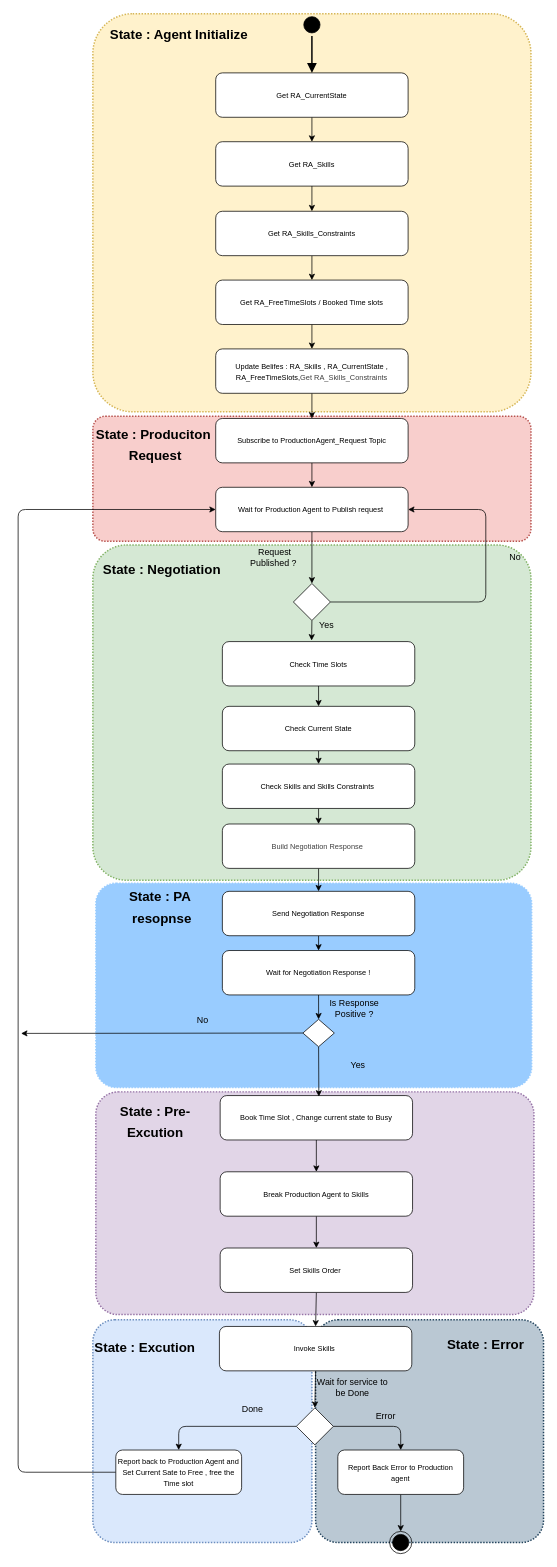
This is Documents/UML/StateMachine/RA_SM.drawio from aialmohamed/Type3AAS, a draw.io file, before an edit. Source tidied: cells renumbered, new cells numbered last; positions are measured from the earlier drawing's top-left corner, leaving out a move shared by most shapes. Both pictures are drawn from the tidied source at 74%, with x=0, y=0 at pixel (18, 13).
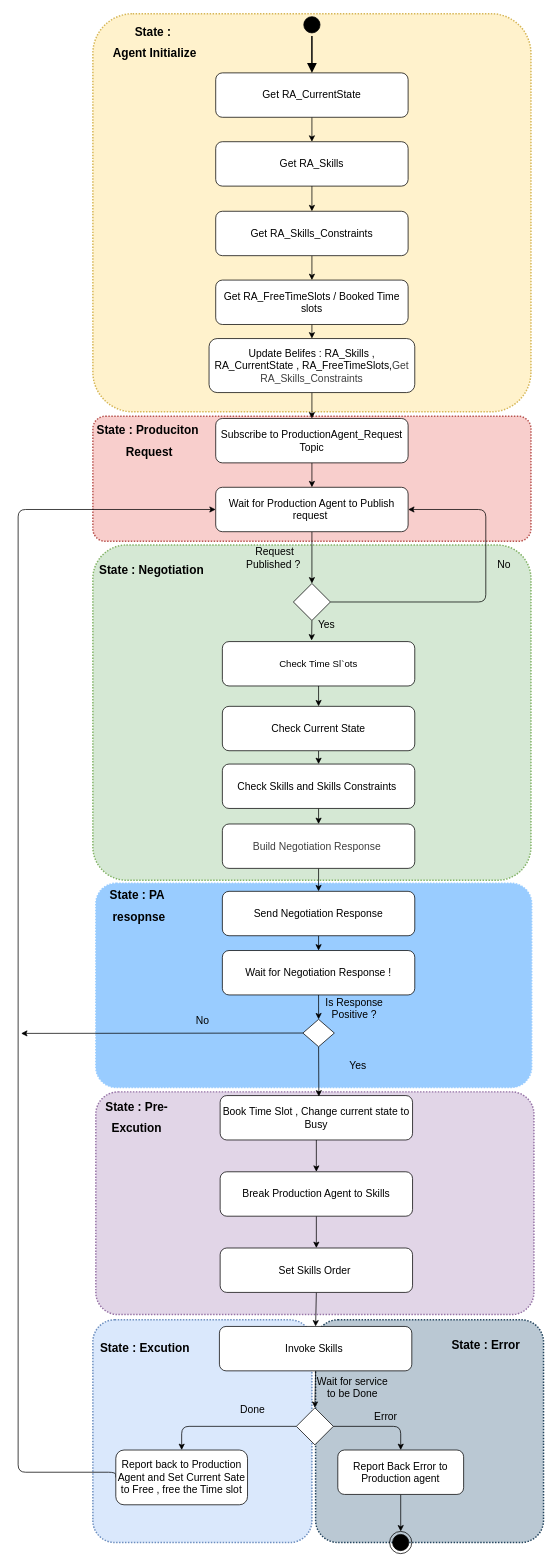
Above is the later version.

Diff of the diagram source:
```diff
@@
-    <mxCell id="12" value="&lt;font size=&quot;1&quot;&gt;Get RA_CurrentState&lt;/font&gt;" style="rounded=1;whiteSpace=wrap;html=1;" parent="1" vertex="1">
+    <mxCell id="12" value="&lt;font style=&quot;font-size: 14px;&quot;&gt;Get RA_CurrentState&lt;/font&gt;" style="rounded=1;whiteSpace=wrap;html=1;" parent="1" vertex="1">
       <mxGeometry x="267" y="80" width="260" height="60" as="geometry" />
     </mxCell>
@@
-    <mxCell id="14" value="&lt;font size=&quot;1&quot;&gt;Get RA_Skills&lt;/font&gt;" style="rounded=1;whiteSpace=wrap;html=1;" parent="1" vertex="1">
+    <mxCell id="14" value="&lt;font style=&quot;font-size: 14px;&quot;&gt;Get RA_Skills&lt;/font&gt;" style="rounded=1;whiteSpace=wrap;html=1;" parent="1" vertex="1">
       <mxGeometry x="267" y="173" width="260" height="60" as="geometry" />
     </mxCell>
@@
-    <mxCell id="16" value="&lt;font size=&quot;1&quot;&gt;Get RA_FreeTimeSlots / Booked Time slots&lt;/font&gt;" style="rounded=1;whiteSpace=wrap;html=1;" parent="1" vertex="1">
+    <mxCell id="16" value="&lt;font style=&quot;font-size: 14px;&quot;&gt;Get RA_FreeTimeSlots / Booked Time slots&lt;/font&gt;" style="rounded=1;whiteSpace=wrap;html=1;" parent="1" vertex="1">
       <mxGeometry x="267" y="360" width="260" height="60" as="geometry" />
     </mxCell>
@@
-    <mxCell id="18" value="&lt;font size=&quot;1&quot;&gt;Update Belifes : RA_Skills , RA_CurrentState , RA_FreeTimeSlots,&lt;/font&gt;&lt;span style=&quot;color: rgb(63, 63, 63); font-size: x-small;&quot;&gt;Get RA_Skills_Constraints&lt;/span&gt;" style="rounded=1;whiteSpace=wrap;html=1;" parent="1" vertex="1">
-      <mxGeometry x="267" y="453" width="260" height="60" as="geometry" />
+    <mxCell id="18" value="&lt;font style=&quot;font-size: 14px;&quot;&gt;Update Belifes : RA_Skills , RA_CurrentState , RA_FreeTimeSlots,&lt;span style=&quot;color: rgb(63, 63, 63);&quot;&gt;Get RA_Skills_Constraints&lt;/span&gt;&lt;/font&gt;" style="rounded=1;whiteSpace=wrap;html=1;" parent="1" vertex="1">
+      <mxGeometry x="258" y="439" width="278" height="73" as="geometry" />
     </mxCell>
@@
-    <mxCell id="20" value="&lt;font size=&quot;1&quot;&gt;Subscribe to ProductionAgent_Request Topic&lt;/font&gt;" style="rounded=1;whiteSpace=wrap;html=1;" parent="1" vertex="1">
+    <mxCell id="20" value="&lt;font style=&quot;font-size: 14px;&quot;&gt;Subscribe to ProductionAgent_Request Topic&lt;/font&gt;" style="rounded=1;whiteSpace=wrap;html=1;" parent="1" vertex="1">
       <mxGeometry x="267" y="547" width="260" height="60" as="geometry" />
     </mxCell>
@@
-    <mxCell id="24" value="Request Published ?&amp;nbsp;" style="text;html=1;align=center;verticalAlign=middle;whiteSpace=wrap;rounded=0;" parent="1" vertex="1">
+    <mxCell id="24" value="&lt;font style=&quot;font-size: 14px;&quot;&gt;Request Published ?&amp;nbsp;&lt;/font&gt;" style="text;html=1;align=center;verticalAlign=middle;whiteSpace=wrap;rounded=0;" parent="1" vertex="1">
       <mxGeometry x="302" y="720" width="90" height="30" as="geometry" />
     </mxCell>
-    <mxCell id="25" value="No" style="text;html=1;align=center;verticalAlign=middle;whiteSpace=wrap;rounded=0;" parent="1" vertex="1">
-      <mxGeometry x="642" y="720" width="60" height="30" as="geometry" />
+    <mxCell id="25" value="&lt;font style=&quot;font-size: 14px;&quot;&gt;No&lt;/font&gt;" style="text;html=1;align=center;verticalAlign=middle;whiteSpace=wrap;rounded=0;" parent="1" vertex="1">
+      <mxGeometry x="627" y="730" width="60" height="30" as="geometry" />
     </mxCell>
@@
-    <mxCell id="27" value="&lt;font size=&quot;1&quot;&gt;Wait for Production Agent to Publish request&amp;nbsp;&lt;/font&gt;" style="rounded=1;whiteSpace=wrap;html=1;" parent="1" vertex="1">
+    <mxCell id="27" value="&lt;font style=&quot;font-size: 14px;&quot;&gt;Wait for Production Agent to Publish request&amp;nbsp;&lt;/font&gt;" style="rounded=1;whiteSpace=wrap;html=1;" parent="1" vertex="1">
       <mxGeometry x="267" y="640" width="260" height="60" as="geometry" />
     </mxCell>
@@
-    <mxCell id="29" value="Yes" style="text;html=1;align=center;verticalAlign=middle;whiteSpace=wrap;rounded=0;" parent="1" vertex="1">
+    <mxCell id="29" value="&lt;font style=&quot;font-size: 14px;&quot;&gt;Yes&lt;/font&gt;" style="text;html=1;align=center;verticalAlign=middle;whiteSpace=wrap;rounded=0;" parent="1" vertex="1">
       <mxGeometry x="387" y="811" width="60" height="30" as="geometry" />
     </mxCell>
@@
-    <mxCell id="32" value="&lt;font size=&quot;1&quot;&gt;Book Time Slot , Change current state to Busy&lt;/font&gt;" style="rounded=1;whiteSpace=wrap;html=1;" parent="1" vertex="1">
+    <mxCell id="32" value="&lt;font style=&quot;font-size: 14px;&quot;&gt;Book Time Slot , Change current state to Busy&lt;/font&gt;" style="rounded=1;whiteSpace=wrap;html=1;" parent="1" vertex="1">
       <mxGeometry x="273" y="1462" width="260" height="60" as="geometry" />
     </mxCell>
@@
-    <mxCell id="35" value="&lt;font size=&quot;1&quot;&gt;Break Production Agent to Skills&lt;/font&gt;" style="rounded=1;whiteSpace=wrap;html=1;" parent="1" vertex="1">
+    <mxCell id="35" value="&lt;font style=&quot;font-size: 14px;&quot;&gt;Break Production Agent to Skills&lt;/font&gt;" style="rounded=1;whiteSpace=wrap;html=1;" parent="1" vertex="1">
       <mxGeometry x="273" y="1565" width="260" height="60" as="geometry" />
     </mxCell>
@@
-    <mxCell id="37" value="&lt;font size=&quot;1&quot;&gt;Get RA_Skills_Constraints&lt;/font&gt;" style="rounded=1;whiteSpace=wrap;html=1;" parent="1" vertex="1">
+    <mxCell id="37" value="&lt;font style=&quot;font-size: 14px;&quot;&gt;Get RA_Skills_Constraints&lt;/font&gt;" style="rounded=1;whiteSpace=wrap;html=1;" parent="1" vertex="1">
       <mxGeometry x="267" y="267" width="260" height="60" as="geometry" />
     </mxCell>
@@
-    <mxCell id="39" value="&lt;font size=&quot;1&quot;&gt;Set Skills Order&amp;nbsp;&lt;/font&gt;" style="rounded=1;whiteSpace=wrap;html=1;" parent="1" vertex="1">
+    <mxCell id="39" value="&lt;font style=&quot;font-size: 14px;&quot;&gt;Set Skills Order&amp;nbsp;&lt;/font&gt;" style="rounded=1;whiteSpace=wrap;html=1;" parent="1" vertex="1">
       <mxGeometry x="273" y="1668" width="260" height="60" as="geometry" />
     </mxCell>
@@
-    <mxCell id="41" value="&lt;font size=&quot;1&quot;&gt;Invoke Skills&amp;nbsp;&lt;/font&gt;" style="rounded=1;whiteSpace=wrap;html=1;" parent="1" vertex="1">
+    <mxCell id="41" value="&lt;font style=&quot;font-size: 14px;&quot;&gt;Invoke Skills&amp;nbsp;&lt;/font&gt;" style="rounded=1;whiteSpace=wrap;html=1;" parent="1" vertex="1">
       <mxGeometry x="272" y="1774" width="260" height="60" as="geometry" />
     </mxCell>
@@
-    <mxCell id="45" value="Wait for service to be Done" style="text;html=1;align=center;verticalAlign=middle;whiteSpace=wrap;rounded=0;" parent="1" vertex="1">
+    <mxCell id="45" value="&lt;font style=&quot;font-size: 14px;&quot;&gt;Wait for service to be Done&lt;/font&gt;" style="text;html=1;align=center;verticalAlign=middle;whiteSpace=wrap;rounded=0;" parent="1" vertex="1">
       <mxGeometry x="402" y="1841" width="100" height="30" as="geometry" />
     </mxCell>
-    <mxCell id="46" value="Done" style="text;html=1;align=center;verticalAlign=middle;whiteSpace=wrap;rounded=0;" parent="1" vertex="1">
+    <mxCell id="46" value="&lt;font style=&quot;font-size: 14px;&quot;&gt;Done&lt;/font&gt;" style="text;html=1;align=center;verticalAlign=middle;whiteSpace=wrap;rounded=0;" parent="1" vertex="1">
       <mxGeometry x="267" y="1871" width="100" height="30" as="geometry" />
     </mxCell>
-    <mxCell id="47" value="&lt;font size=&quot;1&quot;&gt;Report back to Production Agent and Set Current Sate to Free , free the Time slot&lt;/font&gt;" style="rounded=1;whiteSpace=wrap;html=1;" parent="1" vertex="1">
-      <mxGeometry x="132" y="1941" width="170" height="60" as="geometry" />
+    <mxCell id="47" value="&lt;font style=&quot;font-size: 14px;&quot;&gt;Report back to Production Agent and Set Current Sate to Free , free the Time slot&lt;/font&gt;" style="rounded=1;whiteSpace=wrap;html=1;" parent="1" vertex="1">
+      <mxGeometry x="132" y="1941" width="178" height="74" as="geometry" />
     </mxCell>
@@
-    <mxCell id="49" value="&lt;font size=&quot;1&quot;&gt;Report Back Error to Production agent&lt;/font&gt;" style="rounded=1;whiteSpace=wrap;html=1;" parent="1" vertex="1">
+    <mxCell id="49" value="&lt;font style=&quot;font-size: 14px;&quot;&gt;Report Back Error to Production agent&lt;/font&gt;" style="rounded=1;whiteSpace=wrap;html=1;" parent="1" vertex="1">
       <mxGeometry x="432" y="1941" width="170" height="60" as="geometry" />
     </mxCell>
-    <mxCell id="50" value="Error" style="text;html=1;align=center;verticalAlign=middle;whiteSpace=wrap;rounded=0;" parent="1" vertex="1">
+    <mxCell id="50" value="&lt;font style=&quot;font-size: 14px;&quot;&gt;Error&lt;/font&gt;" style="text;html=1;align=center;verticalAlign=middle;whiteSpace=wrap;rounded=0;" parent="1" vertex="1">
       <mxGeometry x="447" y="1881" width="100" height="30" as="geometry" />
     </mxCell>
@@
-    <mxCell id="52" value="&lt;font style=&quot;font-size: 18px;&quot;&gt;State : Agent Initialize&lt;/font&gt;" style="text;strokeColor=none;fillColor=none;html=1;fontSize=24;fontStyle=1;verticalAlign=middle;align=center;" parent="1" vertex="1">
-      <mxGeometry x="112" y="7" width="210" height="40" as="geometry" />
+    <mxCell id="52" value="&lt;font style=&quot;font-size: 16px;&quot;&gt;State :&lt;/font&gt;&lt;div&gt;&lt;font style=&quot;font-size: 16px;&quot;&gt;&amp;nbsp;Agent Initialize&lt;/font&gt;&lt;/div&gt;" style="text;strokeColor=none;fillColor=none;html=1;fontSize=24;fontStyle=1;verticalAlign=middle;align=center;" parent="1" vertex="1">
+      <mxGeometry x="115" y="16" width="133" height="40" as="geometry" />
     </mxCell>
-    <mxCell id="53" value="&lt;font style=&quot;font-size: 18px;&quot;&gt;State : Produciton&amp;nbsp;&lt;/font&gt;&lt;div&gt;&lt;font style=&quot;font-size: 18px;&quot;&gt;Request&lt;/font&gt;&lt;/div&gt;" style="text;strokeColor=none;fillColor=none;html=1;fontSize=24;fontStyle=1;verticalAlign=middle;align=center;" parent="1" vertex="1">
-      <mxGeometry x="123" y="561" width="123" height="40" as="geometry" />
+    <mxCell id="53" value="&lt;font style=&quot;font-size: 16px;&quot;&gt;State : Produciton&amp;nbsp;&lt;/font&gt;&lt;div&gt;&lt;font style=&quot;font-size: 16px;&quot;&gt;Request&lt;/font&gt;&lt;/div&gt;" style="text;strokeColor=none;fillColor=none;html=1;fontSize=24;fontStyle=1;verticalAlign=middle;align=center;" parent="1" vertex="1">
+      <mxGeometry x="115" y="555" width="123" height="40" as="geometry" />
     </mxCell>
-    <mxCell id="54" value="&lt;font style=&quot;font-size: 18px;&quot;&gt;State : Negotiation&lt;/font&gt;" style="text;strokeColor=none;fillColor=none;html=1;fontSize=24;fontStyle=1;verticalAlign=middle;align=center;" parent="1" vertex="1">
-      <mxGeometry x="132" y="730" width="123" height="40" as="geometry" />
+    <mxCell id="54" value="&lt;font style=&quot;font-size: 16px;&quot;&gt;State : Negotiation&lt;/font&gt;" style="text;strokeColor=none;fillColor=none;html=1;fontSize=24;fontStyle=1;verticalAlign=middle;align=center;" parent="1" vertex="1">
+      <mxGeometry x="118" y="730" width="123" height="40" as="geometry" />
     </mxCell>
-    <mxCell id="55" value="&lt;font style=&quot;font-size: 18px;&quot;&gt;State : Pre-&lt;/font&gt;&lt;div&gt;&lt;font style=&quot;font-size: 18px;&quot;&gt;Excution&lt;/font&gt;&lt;/div&gt;" style="text;strokeColor=none;fillColor=none;html=1;fontSize=24;fontStyle=1;verticalAlign=middle;align=center;" parent="1" vertex="1">
-      <mxGeometry x="123" y="1476" width="123" height="40" as="geometry" />
+    <mxCell id="55" value="&lt;font style=&quot;font-size: 16px;&quot;&gt;State : Pre-&lt;/font&gt;&lt;div&gt;&lt;font style=&quot;font-size: 16px;&quot;&gt;Excution&lt;/font&gt;&lt;/div&gt;" style="text;strokeColor=none;fillColor=none;html=1;fontSize=24;fontStyle=1;verticalAlign=middle;align=center;" parent="1" vertex="1">
+      <mxGeometry x="98" y="1469" width="123" height="40" as="geometry" />
     </mxCell>
-    <mxCell id="56" value="&lt;font style=&quot;font-size: 18px;&quot;&gt;State : Excution&lt;/font&gt;" style="text;strokeColor=none;fillColor=none;html=1;fontSize=24;fontStyle=1;verticalAlign=middle;align=center;" parent="1" vertex="1">
+    <mxCell id="56" value="&lt;font style=&quot;font-size: 16px;&quot;&gt;State : Excution&lt;/font&gt;" style="text;strokeColor=none;fillColor=none;html=1;fontSize=24;fontStyle=1;verticalAlign=middle;align=center;" parent="1" vertex="1">
       <mxGeometry x="109" y="1781" width="123" height="40" as="geometry" />
     </mxCell>
-    <mxCell id="57" value="&lt;font style=&quot;font-size: 18px;&quot;&gt;State : Error&amp;nbsp;&lt;/font&gt;" style="text;strokeColor=none;fillColor=none;html=1;fontSize=24;fontStyle=1;verticalAlign=middle;align=center;" parent="1" vertex="1">
+    <mxCell id="57" value="&lt;font style=&quot;font-size: 16px;&quot;&gt;State : Error&amp;nbsp;&lt;/font&gt;" style="text;strokeColor=none;fillColor=none;html=1;fontSize=24;fontStyle=1;verticalAlign=middle;align=center;" parent="1" vertex="1">
       <mxGeometry x="572" y="1777" width="123" height="40" as="geometry" />
     </mxCell>
@@
-    <mxCell id="59" value="&lt;font size=&quot;1&quot;&gt;Wait for Negotiation Response !&lt;/font&gt;" style="rounded=1;whiteSpace=wrap;html=1;" parent="1" vertex="1">
+    <mxCell id="59" value="&lt;font style=&quot;font-size: 14px;&quot;&gt;Wait for Negotiation Response !&lt;/font&gt;" style="rounded=1;whiteSpace=wrap;html=1;" parent="1" vertex="1">
       <mxGeometry x="276" y="1266" width="260" height="60" as="geometry" />
     </mxCell>
@@
-    <mxCell id="61" value="&lt;font size=&quot;1&quot;&gt;Send Negotiation Response&lt;/font&gt;" style="rounded=1;whiteSpace=wrap;html=1;" parent="1" vertex="1">
+    <mxCell id="61" value="&lt;font style=&quot;font-size: 14px;&quot;&gt;Send Negotiation Response&lt;/font&gt;" style="rounded=1;whiteSpace=wrap;html=1;" parent="1" vertex="1">
       <mxGeometry x="276" y="1186" width="260" height="60" as="geometry" />
     </mxCell>
@@
-    <mxCell id="65" value="Is Response Positive ?" style="text;html=1;align=center;verticalAlign=middle;whiteSpace=wrap;rounded=0;" parent="1" vertex="1">
+    <mxCell id="65" value="&lt;font style=&quot;font-size: 14px;&quot;&gt;Is Response Positive ?&lt;/font&gt;" style="text;html=1;align=center;verticalAlign=middle;whiteSpace=wrap;rounded=0;" parent="1" vertex="1">
       <mxGeometry x="402" y="1329" width="105" height="30" as="geometry" />
     </mxCell>
-    <mxCell id="66" value="No" style="text;html=1;align=center;verticalAlign=middle;whiteSpace=wrap;rounded=0;" parent="1" vertex="1">
+    <mxCell id="66" value="&lt;font style=&quot;font-size: 14px;&quot;&gt;No&lt;/font&gt;" style="text;html=1;align=center;verticalAlign=middle;whiteSpace=wrap;rounded=0;" parent="1" vertex="1">
       <mxGeometry x="196.5" y="1346" width="105" height="30" as="geometry" />
     </mxCell>
-    <mxCell id="67" value="Yes" style="text;html=1;align=center;verticalAlign=middle;whiteSpace=wrap;rounded=0;" parent="1" vertex="1">
+    <mxCell id="67" value="&lt;font style=&quot;font-size: 14px;&quot;&gt;Yes&lt;/font&gt;" style="text;html=1;align=center;verticalAlign=middle;whiteSpace=wrap;rounded=0;" parent="1" vertex="1">
       <mxGeometry x="407" y="1406" width="105" height="30" as="geometry" />
     </mxCell>
-    <mxCell id="68" value="&lt;font style=&quot;font-size: 18px;&quot;&gt;State : PA&amp;nbsp;&lt;/font&gt;&lt;div&gt;&lt;font style=&quot;font-size: 18px;&quot;&gt;resopnse&lt;/font&gt;&lt;/div&gt;" style="text;strokeColor=none;fillColor=none;html=1;fontSize=24;fontStyle=1;verticalAlign=middle;align=center;" parent="1" vertex="1">
-      <mxGeometry x="118" y="1186" width="151" height="40" as="geometry" />
+    <mxCell id="68" value="&lt;font style=&quot;font-size: 16px;&quot;&gt;State : PA&amp;nbsp;&lt;/font&gt;&lt;div&gt;&lt;font style=&quot;font-size: 16px;&quot;&gt;resopnse&lt;/font&gt;&lt;/div&gt;" style="text;strokeColor=none;fillColor=none;html=1;fontSize=24;fontStyle=1;verticalAlign=middle;align=center;" parent="1" vertex="1">
+      <mxGeometry x="87" y="1183" width="151" height="40" as="geometry" />
     </mxCell>
@@
-    <mxCell id="70" value="&lt;font size=&quot;1&quot;&gt;Check Time Slots&lt;/font&gt;" style="rounded=1;whiteSpace=wrap;html=1;" parent="1" vertex="1">
+    <mxCell id="70" value="&lt;font style=&quot;font-size: 13px;&quot;&gt;Check Time Sl`ots&lt;/font&gt;" style="rounded=1;whiteSpace=wrap;html=1;" parent="1" vertex="1">
       <mxGeometry x="276" y="848.5" width="260" height="60" as="geometry" />
     </mxCell>
@@
-    <mxCell id="72" value="&lt;font size=&quot;1&quot;&gt;Check Current State&lt;/font&gt;" style="rounded=1;whiteSpace=wrap;html=1;" parent="1" vertex="1">
+    <mxCell id="72" value="&lt;font style=&quot;font-size: 14px;&quot;&gt;Check Current State&lt;/font&gt;" style="rounded=1;whiteSpace=wrap;html=1;" parent="1" vertex="1">
       <mxGeometry x="276" y="936" width="260" height="60" as="geometry" />
     </mxCell>
@@
-    <mxCell id="74" value="&lt;font size=&quot;1&quot;&gt;Check Skills and Skills Constraints&amp;nbsp;&lt;/font&gt;" style="rounded=1;whiteSpace=wrap;html=1;" parent="1" vertex="1">
+    <mxCell id="74" value="&lt;font style=&quot;font-size: 14px;&quot;&gt;Check Skills and Skills Constraints&amp;nbsp;&lt;/font&gt;" style="rounded=1;whiteSpace=wrap;html=1;" parent="1" vertex="1">
       <mxGeometry x="276" y="1014" width="260" height="60" as="geometry" />
     </mxCell>
-    <mxCell id="75" value="&lt;span style=&quot;color: rgb(63, 63, 63); font-size: x-small;&quot;&gt;Build Negotiation Response&amp;nbsp;&lt;/span&gt;" style="rounded=1;whiteSpace=wrap;html=1;" parent="1" vertex="1">
+    <mxCell id="75" value="&lt;span style=&quot;color: rgb(63, 63, 63);&quot;&gt;&lt;font style=&quot;font-size: 14px;&quot;&gt;Build Negotiation Response&amp;nbsp;&lt;/font&gt;&lt;/span&gt;" style="rounded=1;whiteSpace=wrap;html=1;" parent="1" vertex="1">
       <mxGeometry x="276" y="1095" width="260" height="60" as="geometry" />
     </mxCell>
```
